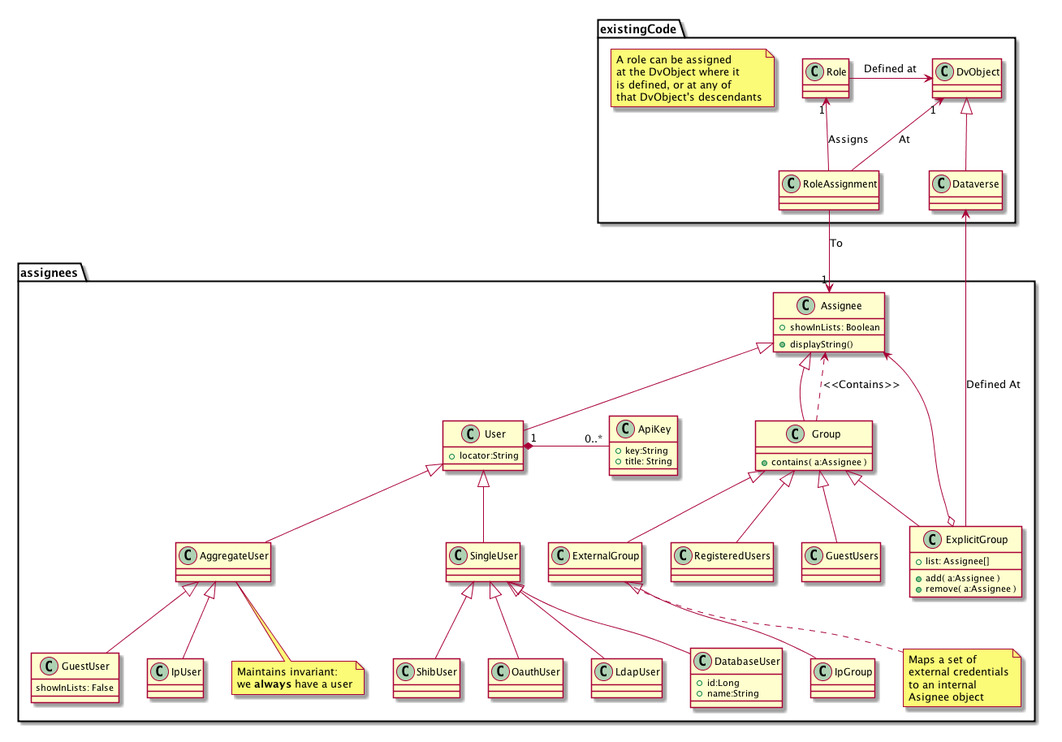
Above: doc/Architecture/UsersAndGroups.png in IQSS/dataverse (PlantUML), before the change.
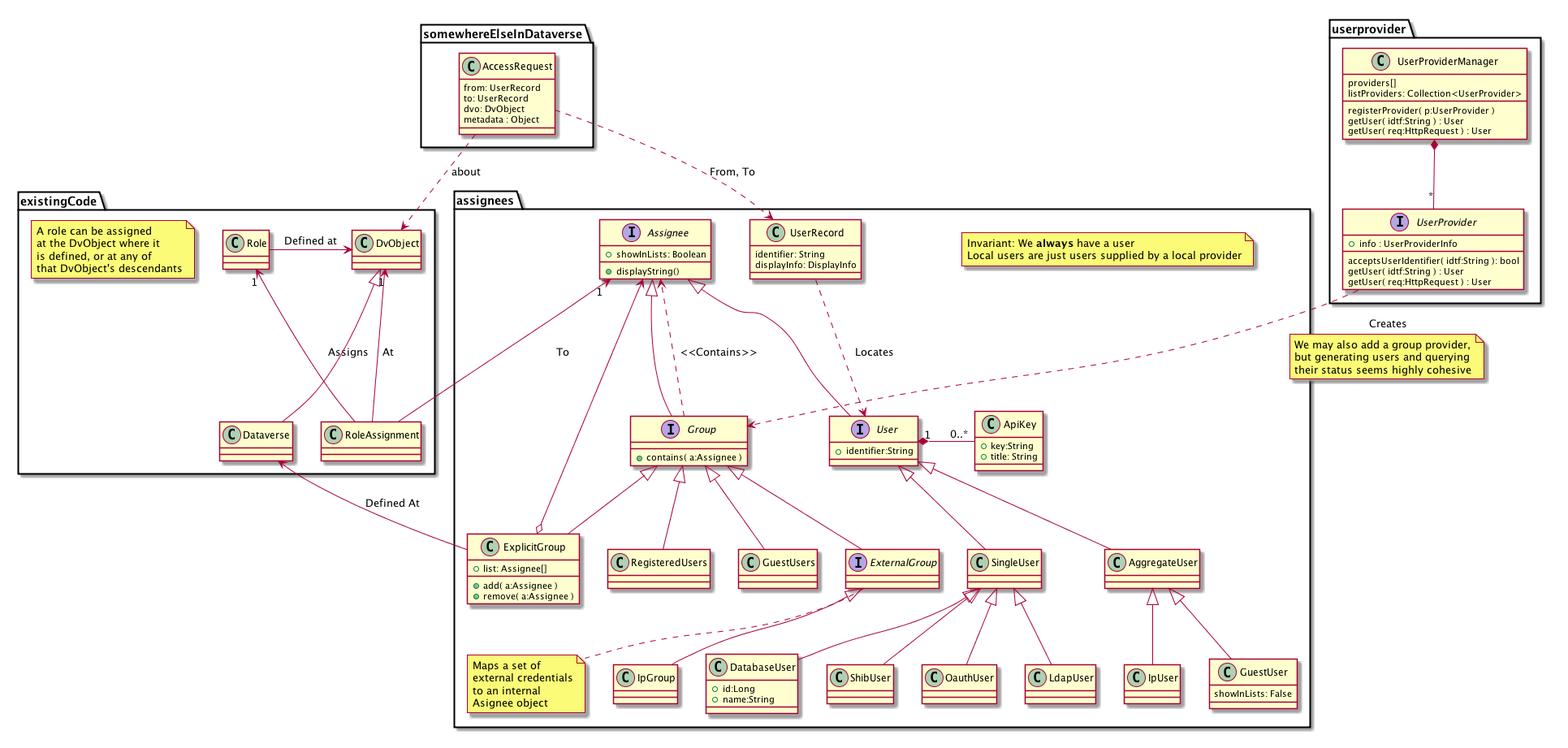
Later version of the same file.

Commit message:
Updated the users and groups class diagram... almost done

The edit, as a diff of the source:
```diff
@@ -15,13 +15,18 @@
 }
 
 package assignees {
-  class Assignee {
+  note as n2
+   Invariant: We <b>always</b> have a user
+   Local users are just users supplied by a local provider
+  end note
+
+  interface Assignee {
     + displayString()
     + showInLists: Boolean
   }
 
-  class User {
-    + locator:String
+  interface User {
+    + identifier:String
   }
 
   class SingleUser {
@@ -32,14 +37,15 @@
 
   class AggregateUser {
   }
-  note bottom
-   Maintains invariant:
-   we <b>always</b> have a user
-  end note
 
   class DatabaseUser {
     + id:Long
     + name:String
+  }
+
+  class UserRecord {
+    identifier: String
+    displayInfo: DisplayInfo
   }
 
   class ShibUser {
@@ -60,7 +66,7 @@
     + title: String
   }
 
-  class Group {
+  interface Group {
     + contains( a:Assignee )
   }
 
@@ -78,7 +84,7 @@
 
   }
 
-  class ExternalGroup {
+  Interface ExternalGroup {
 
   }
   note bottom
@@ -108,6 +114,8 @@
 Group <|-- GuestUsers
 ExternalGroup <|-- IpGroup
 
+UserRecord ..> User : "Locates"
+
 User "1" *- "0..*" ApiKey
 
 Role -> DvObject: Defined at
@@ -121,4 +129,44 @@
 
 DvObject <|-- Dataverse
 
+package userprovider {
+
+  class UserProviderManager {
+    providers[]
+    registerProvider( p:UserProvider )
+    listProviders: Collection<UserProvider>
+    getUser( idtf:String ) : User
+    getUser( req:HttpRequest ) : User
+  }
+
+  interface UserProvider {
+    + info : UserProviderInfo
+    acceptsUserIdentifier( idtf:String ): bool
+    getUser( idtf:String ) : User
+    getUser( req:HttpRequest ) : User
+  }
+
+  UserProviderManager *-- "*" UserProvider
+}
+
+package somewhereElseInDataverse {
+  class AccessRequest {
+    from: UserRecord
+    to: UserRecord
+    dvo: DvObject
+    metadata : Object
+  }
+
+}
+
+AccessRequest ..> UserRecord : "From, To"
+AccessRequest ..> DvObject : "about"
+
+UserProvider ..> Group : "Creates"
+note on link
+  We may also add a group provider,
+  but generating users and querying
+  their status seems highly cohesive
+end note
+
 @enduml
```
